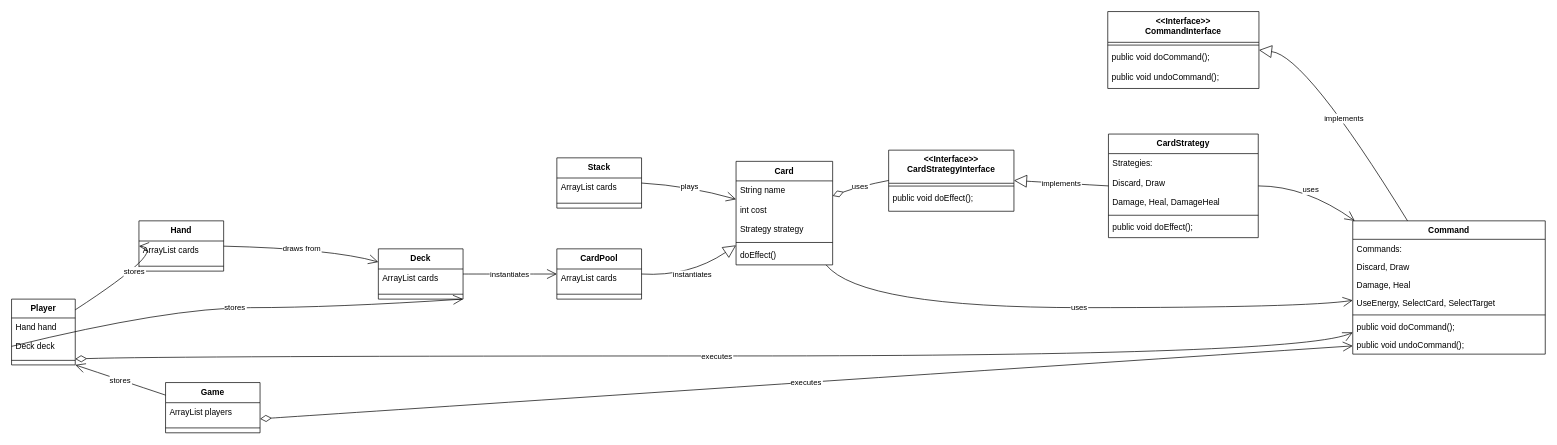
Earlier version of the draw.io diagram Untitled Diagram.drawio (Boland-Unfug/OOD). Source tidied: cells renumbered, new cells numbered last; positions are measured from the earlier drawing's top-left corner, leaving out a move shared by most shapes. Both pictures are drawn from the tidied source at 70%, with x=0, y=0 at pixel (11, 11).
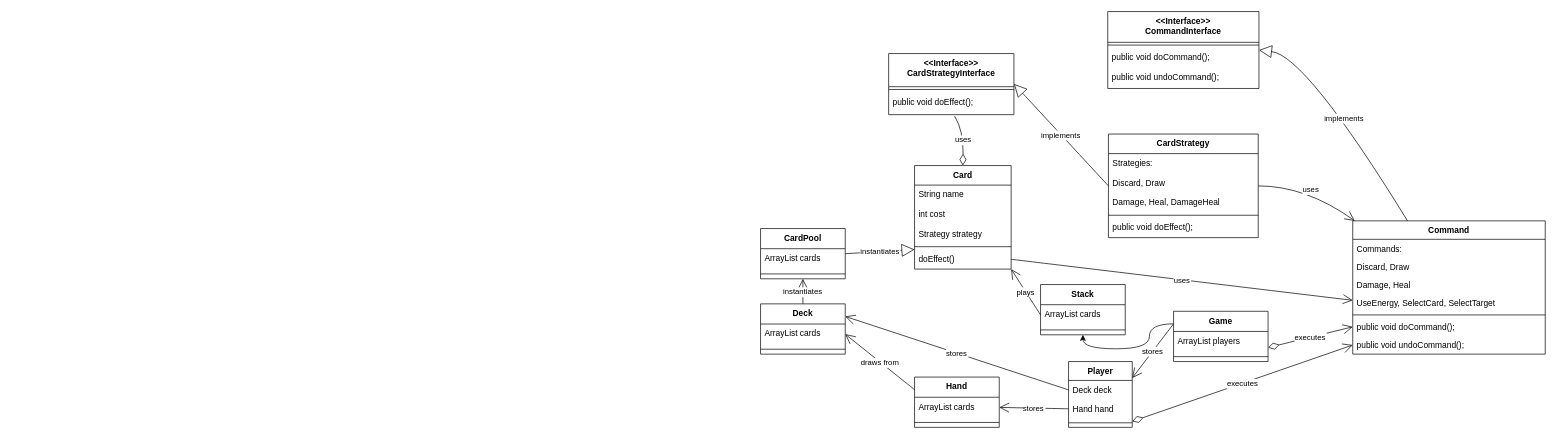
After the change.

Unchanged cells that the change refers to:
```xml
<mxCell id="6" value="Command" style="swimlane;fontStyle=1;align=center;verticalAlign=top;horizontal=1;startSize=26.390476771763392;" parent="1" vertex="1">
  <mxGeometry x="1916" y="299" width="275" height="190.4" as="geometry" />
</mxCell>
<mxCell id="12" value="public void doCommand();" style="text;strokeColor=none;fillColor=none;align=left;verticalAlign=top;spacingLeft=4;spacingRight=4;overflow=hidden;points=[[0,0.5],[1,0.5]];portConstraint=eastwest;" parent="6" vertex="1">
  <mxGeometry y="138.4" width="275" height="26" as="geometry" />
</mxCell>
<mxCell id="13" value="public void undoCommand();" style="text;strokeColor=none;fillColor=none;align=left;verticalAlign=top;spacingLeft=4;spacingRight=4;overflow=hidden;points=[[0,0.5],[1,0.5]];portConstraint=eastwest;" parent="6" vertex="1">
  <mxGeometry y="164.4" width="275" height="26" as="geometry" />
</mxCell>
<mxCell id="16" value="public void doEffect();" style="text;strokeColor=none;fillColor=none;align=left;verticalAlign=top;spacingLeft=4;spacingRight=4;overflow=hidden;points=[[0,0.5],[1,0.5]];portConstraint=eastwest;" parent="14" vertex="1">
  <mxGeometry y="55.3" width="179" height="32" as="geometry" />
</mxCell>
<mxCell id="28" value="doEffect()" style="text;strokeColor=none;fillColor=none;align=left;verticalAlign=top;spacingLeft=4;spacingRight=4;overflow=hidden;points=[[0,0.5],[1,0.5]];portConstraint=eastwest;" parent="23" vertex="1">
  <mxGeometry y="119.9" width="138" height="28" as="geometry" />
</mxCell>
<mxCell id="30" value="ArrayList cards" style="text;strokeColor=none;fillColor=none;align=left;verticalAlign=top;spacingLeft=4;spacingRight=4;overflow=hidden;points=[[0,0.5],[1,0.5]];portConstraint=eastwest;" parent="29" vertex="1">
  <mxGeometry y="28.8" width="121" height="29" as="geometry" />
</mxCell>
<mxCell id="36" value="ArrayList cards" style="text;strokeColor=none;fillColor=none;align=left;verticalAlign=top;spacingLeft=4;spacingRight=4;overflow=hidden;points=[[0,0.5],[1,0.5]];portConstraint=eastwest;" parent="35" vertex="1">
  <mxGeometry y="28.8" width="121" height="29" as="geometry" />
</mxCell>
<mxCell id="39" value="ArrayList cards" style="text;strokeColor=none;fillColor=none;align=left;verticalAlign=top;spacingLeft=4;spacingRight=4;overflow=hidden;points=[[0,0.5],[1,0.5]];portConstraint=eastwest;" parent="38" vertex="1">
  <mxGeometry y="28.8" width="121" height="29" as="geometry" />
</mxCell>
```

What changed in the source:
```diff
@@
+    <mxCell id="62" style="edgeStyle=orthogonalEdgeStyle;jettySize=auto;html=1;exitX=0;exitY=0.25;exitDx=0;exitDy=0;entryX=0.5;entryY=1;entryDx=0;entryDy=0;curved=1;" parent="1" edge="1" source="45" target="29">
+      <mxGeometry relative="1" as="geometry" />
+    </mxCell>
@@
     <mxCell id="14" value="&lt;&lt;Interface&gt;&gt;&#10;CardStrategyInterface" style="swimlane;fontStyle=1;align=center;verticalAlign=top;horizontal=1;startSize=47.333335876464844;" parent="1" vertex="1">
-      <mxGeometry x="1253" y="198" width="179" height="87.3" as="geometry" />
+      <mxGeometry x="1253" y="60" width="179" height="87.3" as="geometry" />
     </mxCell>
@@
     <mxCell id="23" value="Card" style="swimlane;fontStyle=1;align=center;verticalAlign=top;horizontal=1;startSize=27.926666259765625;" parent="1" vertex="1">
-      <mxGeometry x="1035" y="214" width="138" height="147.9" as="geometry" />
+      <mxGeometry x="1290" y="220" width="138" height="147.9" as="geometry" />
     </mxCell>
@@
     <mxCell id="29" value="Stack" style="swimlane;fontStyle=1;align=center;verticalAlign=top;horizontal=1;startSize=28.786666870117188;" parent="1" vertex="1">
-      <mxGeometry x="779" y="209" width="121" height="71.8" as="geometry" />
+      <mxGeometry x="1470" y="390" width="121" height="71.8" as="geometry" />
     </mxCell>
@@
     <mxCell id="32" value="CardPool" style="swimlane;fontStyle=1;align=center;verticalAlign=top;horizontal=1;startSize=28.786666870117188;" parent="1" vertex="1">
-      <mxGeometry x="779" y="339" width="121" height="71.8" as="geometry" />
+      <mxGeometry x="1070" y="310" width="121" height="71.8" as="geometry" />
     </mxCell>
@@
     <mxCell id="35" value="Deck" style="swimlane;fontStyle=1;align=center;verticalAlign=top;horizontal=1;startSize=28.786666870117188;" parent="1" vertex="1">
-      <mxGeometry x="524" y="339" width="121" height="71.8" as="geometry" />
+      <mxGeometry x="1070" y="417.6" width="121" height="71.8" as="geometry" />
     </mxCell>
@@
     <mxCell id="38" value="Hand" style="swimlane;fontStyle=1;align=center;verticalAlign=top;horizontal=1;startSize=28.786666870117188;flipH=0;" parent="1" vertex="1">
-      <mxGeometry x="182" y="299" width="121" height="71.8" as="geometry" />
+      <mxGeometry x="1290" y="522.2" width="121" height="71.8" as="geometry" />
     </mxCell>
@@
     <mxCell id="41" value="Player" style="swimlane;fontStyle=1;align=center;verticalAlign=top;horizontal=1;startSize=26.961905343191965;flipH=0;" parent="1" vertex="1">
-      <mxGeometry y="410.8" width="91" height="94" as="geometry" />
+      <mxGeometry x="1510" y="500" width="91" height="94" as="geometry" />
     </mxCell>
+    <mxCell id="43" value="Deck deck" style="text;strokeColor=none;fillColor=none;align=left;verticalAlign=top;spacingLeft=4;spacingRight=4;overflow=hidden;points=[[0,0.5],[1,0.5]];portConstraint=eastwest;" parent="41" vertex="1">
+      <mxGeometry y="27" width="91" height="27" as="geometry" />
+    </mxCell>
     <mxCell id="42" value="Hand hand" style="text;strokeColor=none;fillColor=none;align=left;verticalAlign=top;spacingLeft=4;spacingRight=4;overflow=hidden;points=[[0,0.5],[1,0.5]];portConstraint=eastwest;" parent="41" vertex="1">
-      <mxGeometry y="27" width="91" height="27" as="geometry" />
+      <mxGeometry y="54" width="91" height="27" as="geometry" />
     </mxCell>
-    <mxCell id="43" value="Deck deck" style="text;strokeColor=none;fillColor=none;align=left;verticalAlign=top;spacingLeft=4;spacingRight=4;overflow=hidden;points=[[0,0.5],[1,0.5]];portConstraint=eastwest;" parent="41" vertex="1">
-      <mxGeometry y="54" width="91" height="27" as="geometry" />
-    </mxCell>
@@
     <mxCell id="45" value="Game" style="swimlane;fontStyle=1;align=center;verticalAlign=top;horizontal=1;startSize=28.786666870117188;flipH=0;" parent="1" vertex="1">
-      <mxGeometry x="220" y="530" width="135" height="71.8" as="geometry" />
+      <mxGeometry x="1660" y="428.2" width="135" height="71.8" as="geometry" />
     </mxCell>
@@
-    <mxCell id="51" value="uses" style="curved=1;startArrow=diamondThin;startSize=14;startFill=0;endArrow=none;exitX=0.9993961168372113;exitY=0.3336775597686524;entryX=0.002048407187008991;entryY=0.4961164900400106;rounded=0;" parent="1" edge="1" source="23" target="14">
+    <mxCell id="51" value="uses" style="curved=1;startArrow=diamondThin;startSize=14;startFill=0;endArrow=none;exitX=0.5;exitY=0;entryX=0.527;entryY=1.071;rounded=0;exitDx=0;exitDy=0;entryDx=0;entryDy=0;entryPerimeter=0;" parent="1" edge="1" source="23" target="16">
       <mxGeometry relative="1" as="geometry">
         <Array as="points">
-          <mxPoint x="1213" y="249" />
+          <mxPoint x="1360" y="170" />
         </Array>
       </mxGeometry>
     </mxCell>
-    <mxCell id="52" value="uses" style="curved=1;startArrow=none;endArrow=open;endSize=12;exitX=0.9304735899642181;exitY=0.9979166501277202;entryX=-0.0004242636940696023;entryY=0.5964143433076676;rounded=0;" parent="1" edge="1" source="23" target="6">
-      <mxGeometry relative="1" as="geometry">
-        <Array as="points">
-          <mxPoint x="1213" y="423" />
-          <mxPoint x="1849" y="423" />
-        </Array>
-      </mxGeometry>
+    <mxCell id="52" value="uses" style="curved=1;startArrow=none;endArrow=open;endSize=12;exitX=1;exitY=0.5;entryX=-0.0004242636940696023;entryY=0.5964143433076676;rounded=0;exitDx=0;exitDy=0;" parent="1" edge="1" source="28" target="6">
+      <mxGeometry relative="1" as="geometry" />
     </mxCell>
-    <mxCell id="53" value="plays" style="curved=1;startArrow=none;endArrow=open;endSize=12;exitX=1.0066115324162255;exitY=0.5012499809265136;entryX=-0.00012079874674479167;entryY=0.3663535285141147;rounded=0;" parent="1" edge="1" source="29" target="23">
-      <mxGeometry relative="1" as="geometry">
-        <Array as="points">
-          <mxPoint x="968" y="249" />
-        </Array>
-      </mxGeometry>
+    <mxCell id="53" value="plays" style="curved=1;startArrow=none;endArrow=open;endSize=12;exitX=0;exitY=0.5;entryX=1;entryY=1;rounded=0;exitDx=0;exitDy=0;entryDx=0;entryDy=0;" parent="1" edge="1" source="30" target="23">
+      <mxGeometry relative="1" as="geometry" />
     </mxCell>
     <mxCell id="54" value="instantiates" style="curved=1;startArrow=none;endArrow=block;endSize=16;endFill=0;exitX=1.0066115324162255;exitY=0.5008333206176758;entryX=-0.00012079874674479167;entryY=0.8114809568964692;rounded=0;" parent="1" edge="1" source="32" target="23">
-      <mxGeometry relative="1" as="geometry">
-        <Array as="points">
-          <mxPoint x="968" y="379" />
-        </Array>
-      </mxGeometry>
+      <mxGeometry relative="1" as="geometry" />
     </mxCell>
-    <mxCell id="55" value="instantiates" style="curved=1;startArrow=none;endArrow=open;endSize=12;exitX=1.0017905747594913;exitY=0.5008333206176758;entryX=0.0033057346816890497;entryY=0.5008333206176758;rounded=0;" parent="1" edge="1" source="35" target="32">
+    <mxCell id="55" value="instantiates" style="curved=1;startArrow=none;endArrow=open;endSize=12;exitX=0.5;exitY=0;entryX=0.5;entryY=1;rounded=0;exitDx=0;exitDy=0;entryDx=0;entryDy=0;" parent="1" edge="1" source="35" target="32">
       <mxGeometry relative="1" as="geometry" />
     </mxCell>
-    <mxCell id="56" value="draws from" style="curved=1;startArrow=none;endArrow=open;endSize=12;exitX=1.0006886631989282;exitY=0.503229159116745;entryX=-0.0015152229750451964;entryY=0.2612412537762637;rounded=0;" parent="1" edge="1" source="38" target="35">
-      <mxGeometry relative="1" as="geometry">
-        <Array as="points">
-          <mxPoint x="458" y="339" />
-        </Array>
-      </mxGeometry>
+    <mxCell id="56" value="draws from" style="curved=1;startArrow=none;endArrow=open;endSize=12;exitX=0;exitY=0.25;entryX=1;entryY=0.5;rounded=0;exitDx=0;exitDy=0;entryDx=0;entryDy=0;" parent="1" edge="1" source="38" target="36">
+      <mxGeometry relative="1" as="geometry" />
     </mxCell>
-    <mxCell id="57" value="stores" style="curved=1;startArrow=none;endArrow=open;endSize=12;exitX=0.998168442275498;exitY=0.16397715941678714;entryX=-0.002617134535608213;entryY=0.503229159116745;rounded=0;" parent="1" edge="1" source="41" target="38">
-      <mxGeometry relative="1" as="geometry">
-        <Array as="points">
-          <mxPoint x="225" y="339" />
-        </Array>
-      </mxGeometry>
+    <mxCell id="57" value="stores" style="curved=1;startArrow=none;endArrow=open;endSize=12;exitX=0;exitY=0.5;entryX=1;entryY=0.5;rounded=0;entryDx=0;entryDy=0;exitDx=0;exitDy=0;" parent="1" edge="1" source="42" target="39">
+      <mxGeometry relative="1" as="geometry" />
     </mxCell>
-    <mxCell id="58" value="stores" style="curved=1;startArrow=none;endArrow=open;endSize=12;exitX=0;exitY=0.5;entryX=1;entryY=1;rounded=0;entryDx=0;entryDy=0;exitDx=0;exitDy=0;" parent="1" edge="1" source="43" target="35">
-      <mxGeometry relative="1" as="geometry">
-        <Array as="points">
-          <mxPoint x="225" y="423" />
-          <mxPoint x="458" y="423" />
-        </Array>
-      </mxGeometry>
+    <mxCell id="58" value="stores" style="curved=1;startArrow=none;endArrow=open;endSize=12;exitX=0;exitY=0.5;entryX=1;entryY=0.25;rounded=0;entryDx=0;entryDy=0;exitDx=0;exitDy=0;" parent="1" edge="1" source="43" target="35">
+      <mxGeometry relative="1" as="geometry" />
     </mxCell>
-    <mxCell id="59" value="executes" style="curved=1;startArrow=diamondThin;startSize=14;startFill=0;endArrow=open;endSize=12;exitX=0.998168442275498;exitY=0.9080473087039284;entryX=-0.0004242636940696023;entryY=0.836837246518142;rounded=0;" parent="1" edge="1" source="41" target="6">
-      <mxGeometry relative="1" as="geometry">
-        <Array as="points">
-          <mxPoint x="225" y="492" />
-          <mxPoint x="1849" y="492" />
-        </Array>
-      </mxGeometry>
+    <mxCell id="59" value="executes" style="curved=1;startArrow=diamondThin;startSize=14;startFill=0;endArrow=open;endSize=12;exitX=0.998168442275498;exitY=0.9080473087039284;entryX=0;entryY=0.5;rounded=0;entryDx=0;entryDy=0;" parent="1" edge="1" source="41" target="13">
+      <mxGeometry relative="1" as="geometry" />
     </mxCell>
-    <mxCell id="60" value="executes" style="curved=1;startArrow=diamondThin;startSize=14;startFill=0;endArrow=open;endSize=12;exitX=0.9986419677734375;exitY=0.7217659074677243;entryX=-0.0004242636940696023;entryY=0.9385691454095936;rounded=0;strokeColor=default;" parent="1" edge="1" source="45" target="6">
+    <mxCell id="60" value="executes" style="curved=1;startArrow=diamondThin;startSize=14;startFill=0;endArrow=open;endSize=12;exitX=0.9986419677734375;exitY=0.7217659074677243;rounded=0;strokeColor=default;entryX=0;entryY=0.5;entryDx=0;entryDy=0;" parent="1" edge="1" source="45" target="12">
       <mxGeometry relative="1" as="geometry" />
     </mxCell>
-    <mxCell id="61" value="stores" style="curved=1;startArrow=none;endArrow=open;endSize=12;exitX=0;exitY=0.25;entryX=1;entryY=1;rounded=0;exitDx=0;exitDy=0;entryDx=0;entryDy=0;" parent="1" edge="1" source="45" target="41">
+    <mxCell id="61" value="stores" style="curved=1;startArrow=none;endArrow=open;endSize=12;exitX=0;exitY=0.25;entryX=1;entryY=0.25;rounded=0;exitDx=0;exitDy=0;entryDx=0;entryDy=0;" parent="1" edge="1" source="45" target="41">
       <mxGeometry relative="1" as="geometry" />
     </mxCell>
```
